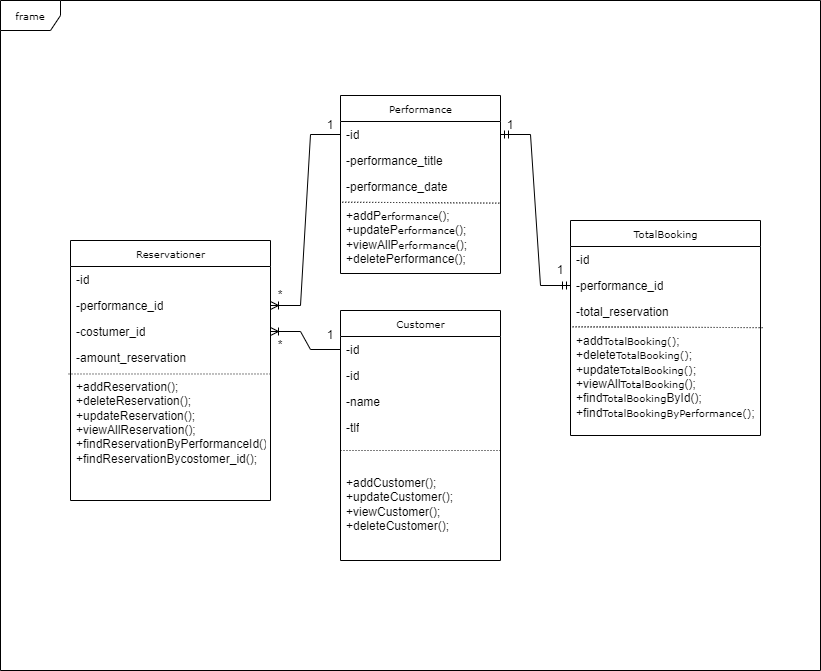
Before: UML_DIAGRAM.png, a diagram exported from draw.io (Mahnaz-karimi/Reserveration). Source tidied: cells renumbered, new cells last; positions are measured from the earlier drawing's top-left corner, leaving out a move shared by most shapes.
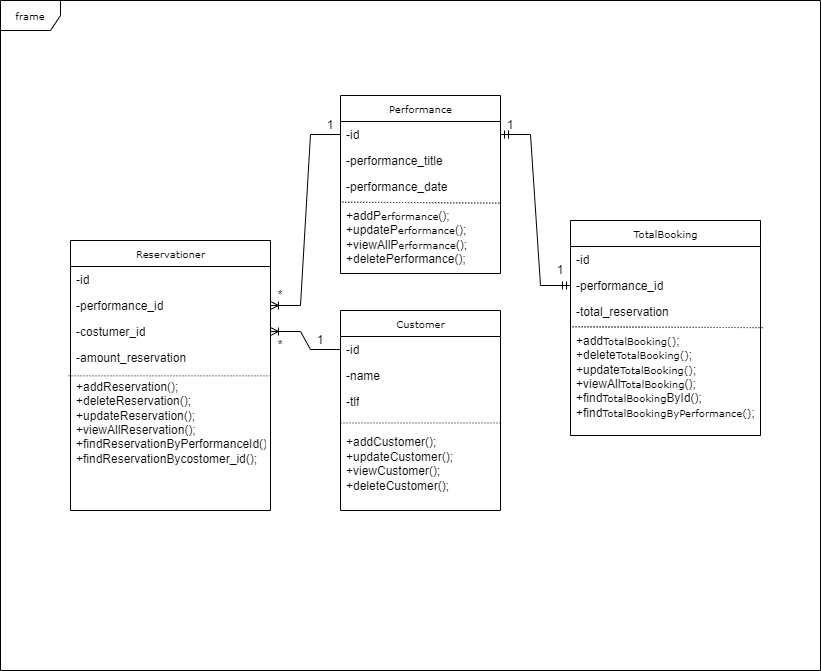
The same diagram one commit later.

What changed in the source:
```diff
@@ -6,7 +6,7 @@
       <mxGeometry width="820" height="670" as="geometry" />
     </mxCell>
     <mxCell id="3" value="Reservationer" style="swimlane;html=1;fontStyle=0;horizontal=1;startSize=26;fillColor=none;swimlaneFillColor=#ffffff;rounded=0;shadow=0;comic=0;labelBackgroundColor=none;strokeWidth=1;fontFamily=Verdana;fontSize=10;align=center;" parent="1" vertex="1">
-      <mxGeometry x="70" y="240" width="200" height="260" as="geometry" />
+      <mxGeometry x="70" y="240" width="200" height="270" as="geometry" />
     </mxCell>
     <mxCell id="4" value="-id" style="text;html=1;strokeColor=none;fillColor=none;align=left;verticalAlign=top;spacingLeft=4;spacingRight=4;whiteSpace=wrap;overflow=hidden;" parent="3" vertex="1">
       <mxGeometry y="26" width="200" height="26" as="geometry" />
@@ -18,7 +18,7 @@
       <mxGeometry y="78" width="200" height="26" as="geometry" />
     </mxCell>
     <mxCell id="7" value="-amount_reservation&lt;br&gt;&lt;br&gt;+addReservation();&lt;br&gt;+deleteReservation();&lt;br&gt;+updateReservation();&lt;br&gt;+viewAllReservation();&lt;br&gt;+findReservationByPerformanceId();&lt;br&gt;+findReservationBycostomer_id();" style="text;html=1;strokeColor=none;fillColor=none;align=left;verticalAlign=top;spacingLeft=4;spacingRight=4;whiteSpace=wrap;overflow=hidden;points=[[0,0.5],[1,0.5]];portConstraint=eastwest;" parent="3" vertex="1">
-      <mxGeometry y="104" width="200" height="156" as="geometry" />
+      <mxGeometry y="104" width="200" height="166" as="geometry" />
     </mxCell>
     <mxCell id="8" style="endArrow=none;html=1;rounded=0;dashed=1;dashPattern=1 2;exitX=-0.01;exitY=0.189;exitDx=0;exitDy=0;exitPerimeter=0;entryX=1.004;entryY=0.189;entryDx=0;entryDy=0;entryPerimeter=0;" parent="3" edge="1" source="7" target="7">
       <mxGeometry relative="1" as="geometry" />
@@ -54,29 +54,26 @@
       <mxGeometry relative="1" as="geometry" />
     </mxCell>
     <mxCell id="19" value="Customer" style="swimlane;html=1;fontStyle=0;horizontal=1;startSize=26;fillColor=none;swimlaneFillColor=#ffffff;rounded=0;shadow=0;comic=0;labelBackgroundColor=none;strokeWidth=1;fontFamily=Verdana;fontSize=10;align=center;" parent="1" vertex="1">
-      <mxGeometry x="340" y="310" width="160" height="250" as="geometry" />
+      <mxGeometry x="340" y="310" width="160" height="200" as="geometry" />
     </mxCell>
     <mxCell id="20" value="-id" style="text;html=1;strokeColor=none;fillColor=none;align=left;verticalAlign=top;spacingLeft=4;spacingRight=4;whiteSpace=wrap;overflow=hidden;points=[[0,0.5],[1,0.5]];portConstraint=eastwest;" parent="19" vertex="1">
       <mxGeometry y="26" width="160" height="26" as="geometry" />
     </mxCell>
-    <mxCell id="21" value="-id" style="text;html=1;strokeColor=none;fillColor=none;align=left;verticalAlign=top;spacingLeft=4;spacingRight=4;whiteSpace=wrap;overflow=hidden;" parent="19" vertex="1">
-      <mxGeometry y="52" width="160" height="26" as="geometry" />
-    </mxCell>
     <mxCell id="22" value="-name" style="text;html=1;strokeColor=none;fillColor=none;align=left;verticalAlign=top;spacingLeft=4;spacingRight=4;whiteSpace=wrap;overflow=hidden;" parent="19" vertex="1">
-      <mxGeometry y="78" width="160" height="26" as="geometry" />
+      <mxGeometry y="52" width="160" height="26" as="geometry" />
     </mxCell>
     <mxCell id="23" value="-tlf" style="text;html=1;strokeColor=none;fillColor=none;align=left;verticalAlign=top;spacingLeft=4;spacingRight=4;whiteSpace=wrap;overflow=hidden;" parent="19" vertex="1">
-      <mxGeometry y="104" width="160" height="26" as="geometry" />
+      <mxGeometry y="78" width="160" height="26" as="geometry" />
     </mxCell>
+    <mxCell id="25" value="&lt;br&gt;+addCustomer();&lt;br&gt;+updateCustomer();&lt;br&gt;+viewCustomer();&lt;br&gt;+deleteCustomer();" style="text;html=1;strokeColor=none;fillColor=none;align=left;verticalAlign=top;spacingLeft=4;spacingRight=4;whiteSpace=wrap;overflow=hidden;" parent="19" vertex="1">
+      <mxGeometry y="104" width="160" height="96" as="geometry" />
+    </mxCell>
     <mxCell id="24" style="endArrow=none;html=1;rounded=0;dashed=1;dashPattern=1 2;" parent="19" edge="1">
       <mxGeometry relative="1" as="geometry">
-        <mxPoint y="140" as="sourcePoint" />
-        <mxPoint x="160" y="140" as="targetPoint" />
+        <mxPoint y="112.5" as="sourcePoint" />
+        <mxPoint x="160" y="112.5" as="targetPoint" />
       </mxGeometry>
     </mxCell>
-    <mxCell id="25" value="&lt;br&gt;&lt;br&gt;+addCustomer();&lt;br&gt;+updateCustomer();&lt;br&gt;+viewCustomer();&lt;br&gt;+deleteCustomer();" style="text;html=1;strokeColor=none;fillColor=none;align=left;verticalAlign=top;spacingLeft=4;spacingRight=4;whiteSpace=wrap;overflow=hidden;" parent="19" vertex="1">
-      <mxGeometry y="130" width="160" height="120" as="geometry" />
-    </mxCell>
     <mxCell id="26" style="edgeStyle=entityRelationEdgeStyle;fontSize=12;html=1;endArrow=ERmandOne;startArrow=ERmandOne;rounded=0;entryX=1;entryY=0.5;entryDx=0;entryDy=0;exitX=0;exitY=0.5;exitDx=0;exitDy=0;" parent="1" edge="1" source="16" target="10">
       <mxGeometry relative="1" as="geometry" />
     </mxCell>
@@ -96,7 +93,7 @@
       <mxGeometry x="550" y="260" width="20" height="20" as="geometry" />
     </mxCell>
     <mxCell id="32" value="1" style="text;html=1;strokeColor=none;fillColor=none;align=center;verticalAlign=middle;whiteSpace=wrap;rounded=0;" parent="1" vertex="1">
-      <mxGeometry x="310" y="320" width="40" height="30" as="geometry" />
+      <mxGeometry x="310" y="330" width="20" height="20" as="geometry" />
     </mxCell>
     <mxCell id="33" value="*&lt;span style=&quot;color: rgba(0, 0, 0, 0); font-family: monospace; font-size: 0px; text-align: start;&quot;&gt;%3CmxGraphModel%3E%3Croot%3E%3CmxCell%20id%3D%220%22%2F%3E%3CmxCell%20id%3D%221%22%20parent%3D%220%22%2F%3E%3CmxCell%20id%3D%222%22%20value%3D%221%22%20style%3D%22text%3Bhtml%3D1%3BstrokeColor%3Dnone%3BfillColor%3Dnone%3Balign%3Dcenter%3BverticalAlign%3Dmiddle%3BwhiteSpace%3Dwrap%3Brounded%3D0%3B%22%20vertex%3D%221%22%20parent%3D%221%22%3E%3CmxGeometry%20x%3D%22570%22%20y%3D%22120%22%20width%3D%2240%22%20height%3D%2230%22%20as%3D%22geometry%22%2F%3E%3C%2FmxCell%3E%3C%2Froot%3E%3C%2FmxGraphModel%3E&lt;/span&gt;" style="text;html=1;strokeColor=none;fillColor=none;align=center;verticalAlign=middle;whiteSpace=wrap;rounded=0;" parent="1" vertex="1">
       <mxGeometry x="250" y="330" width="60" height="30" as="geometry" />
```
